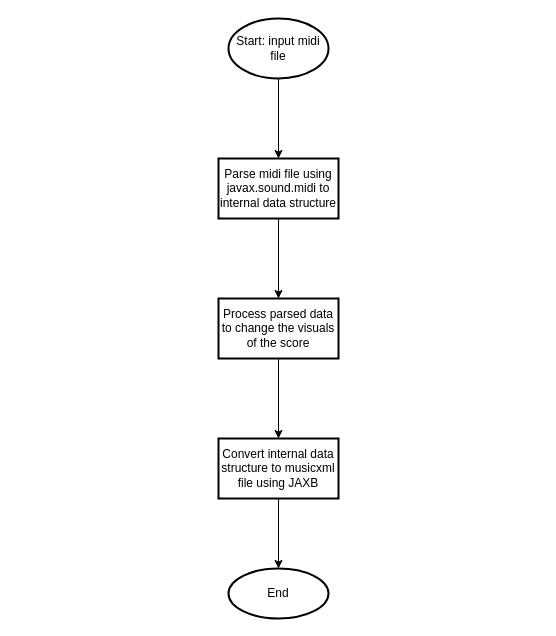
Before: docs/flowcharts/1.1 overview-alt.drawio in Bingergie/midi2musicxml, a draw.io diagram. Source tidied: cells renumbered, new cells numbered last; positions are measured from the earlier drawing's top-left corner, leaving out a move shared by most shapes. Both pictures are drawn from the tidied source at 100%, with x=0, y=0 at pixel (218, 18).
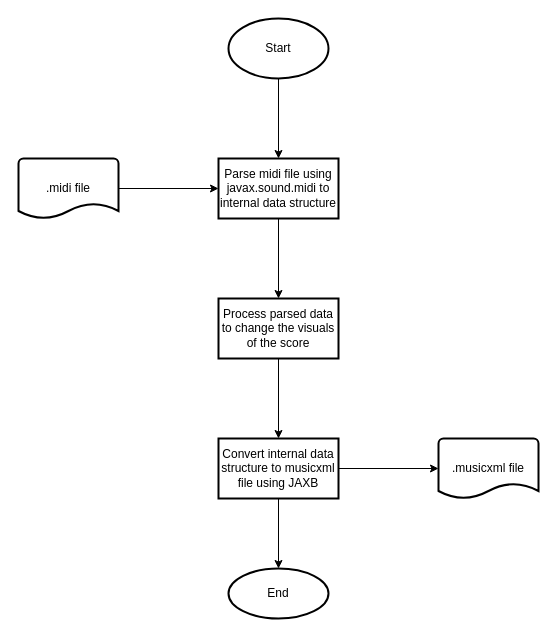
The same page after the edit.

What changed in the source:
```diff
@@
 <mxGraphModel>
   <root>
     <mxCell id="0" />
     <mxCell id="1" parent="0" />
     <mxCell id="2" style="edgeStyle=orthogonalEdgeStyle;rounded=0;jettySize=auto;html=1;" parent="1" edge="1" source="3" target="5">
       <mxGeometry relative="1" as="geometry" />
     </mxCell>
-    <mxCell id="3" value="Start: input midi file" style="strokeWidth=2;html=1;shape=mxgraph.flowchart.start_1;whiteSpace=wrap;" parent="1" vertex="1">
+    <mxCell id="3" value="Start" style="strokeWidth=2;html=1;shape=mxgraph.flowchart.start_1;whiteSpace=wrap;" parent="1" vertex="1">
       <mxGeometry x="10" width="100" height="60" as="geometry" />
     </mxCell>
     <mxCell id="4" style="edgeStyle=orthogonalEdgeStyle;rounded=0;jettySize=auto;html=1;" parent="1" edge="1" source="5" target="7">
       <mxGeometry relative="1" as="geometry" />
     </mxCell>
     <mxCell id="5" value="Parse midi file using javax.sound.midi to internal data structure" style="whiteSpace=wrap;html=1;strokeWidth=2;" parent="1" vertex="1">
       <mxGeometry y="140" width="120" height="60" as="geometry" />
     </mxCell>
     <mxCell id="6" style="edgeStyle=orthogonalEdgeStyle;rounded=0;jettySize=auto;html=1;" parent="1" edge="1" source="7" target="9">
       <mxGeometry relative="1" as="geometry" />
     </mxCell>
     <mxCell id="7" value="Process parsed data to change the visuals of the score" style="whiteSpace=wrap;html=1;strokeWidth=2;" parent="1" vertex="1">
       <mxGeometry y="280" width="120" height="60" as="geometry" />
     </mxCell>
     <mxCell id="8" style="edgeStyle=orthogonalEdgeStyle;rounded=0;jettySize=auto;html=1;" parent="1" edge="1" source="9" target="10">
       <mxGeometry relative="1" as="geometry" />
     </mxCell>
+    <mxCell id="11" style="edgeStyle=orthogonalEdgeStyle;rounded=0;jettySize=auto;html=1;" parent="1" edge="1" source="9" target="14">
+      <mxGeometry relative="1" as="geometry" />
+    </mxCell>
     <mxCell id="9" value="Convert internal data structure to musicxml file using JAXB" style="whiteSpace=wrap;html=1;strokeWidth=2;" parent="1" vertex="1">
       <mxGeometry y="420" width="120" height="60" as="geometry" />
     </mxCell>
     <mxCell id="10" value="End" style="ellipse;whiteSpace=wrap;html=1;strokeWidth=2;" parent="1" vertex="1">
       <mxGeometry x="10" y="550" width="100" height="50" as="geometry" />
     </mxCell>
+    <mxCell id="12" style="edgeStyle=orthogonalEdgeStyle;rounded=0;jettySize=auto;html=1;" parent="1" edge="1" source="13" target="5">
+      <mxGeometry relative="1" as="geometry" />
+    </mxCell>
+    <mxCell id="13" value=".midi file" style="strokeWidth=2;html=1;shape=mxgraph.flowchart.document2;whiteSpace=wrap;size=0.25;" parent="1" vertex="1">
+      <mxGeometry x="-200" y="140" width="100" height="60" as="geometry" />
+    </mxCell>
+    <mxCell id="14" value=".musicxml file" style="strokeWidth=2;html=1;shape=mxgraph.flowchart.document2;whiteSpace=wrap;size=0.25;" parent="1" vertex="1">
+      <mxGeometry x="220" y="420" width="100" height="60" as="geometry" />
+    </mxCell>
   </root>
 </mxGraphModel>
```
